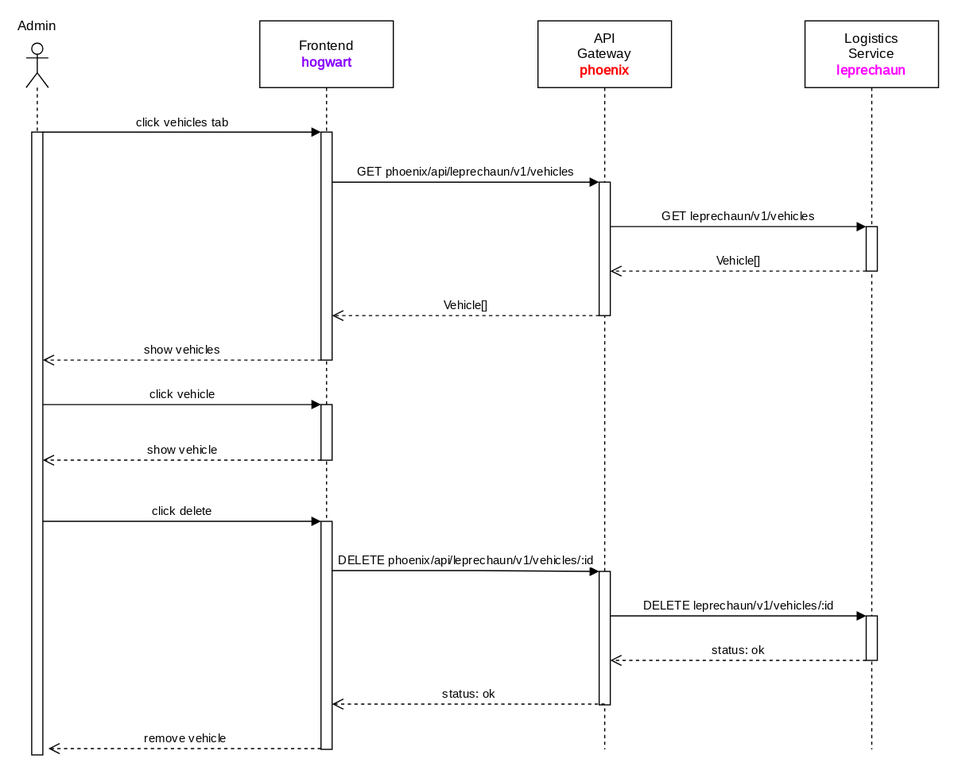
Earlier version of the draw.io export documentation/course/e2/images/sequence-diagram-leprechaun-remove-vehicle.drawio.svg (PWR-ACS-SE-24/SoftwareSystemDesign). Source tidied: cells renumbered, new cells last; positions are measured from the earlier drawing's top-left corner, leaving out a move shared by most shapes.
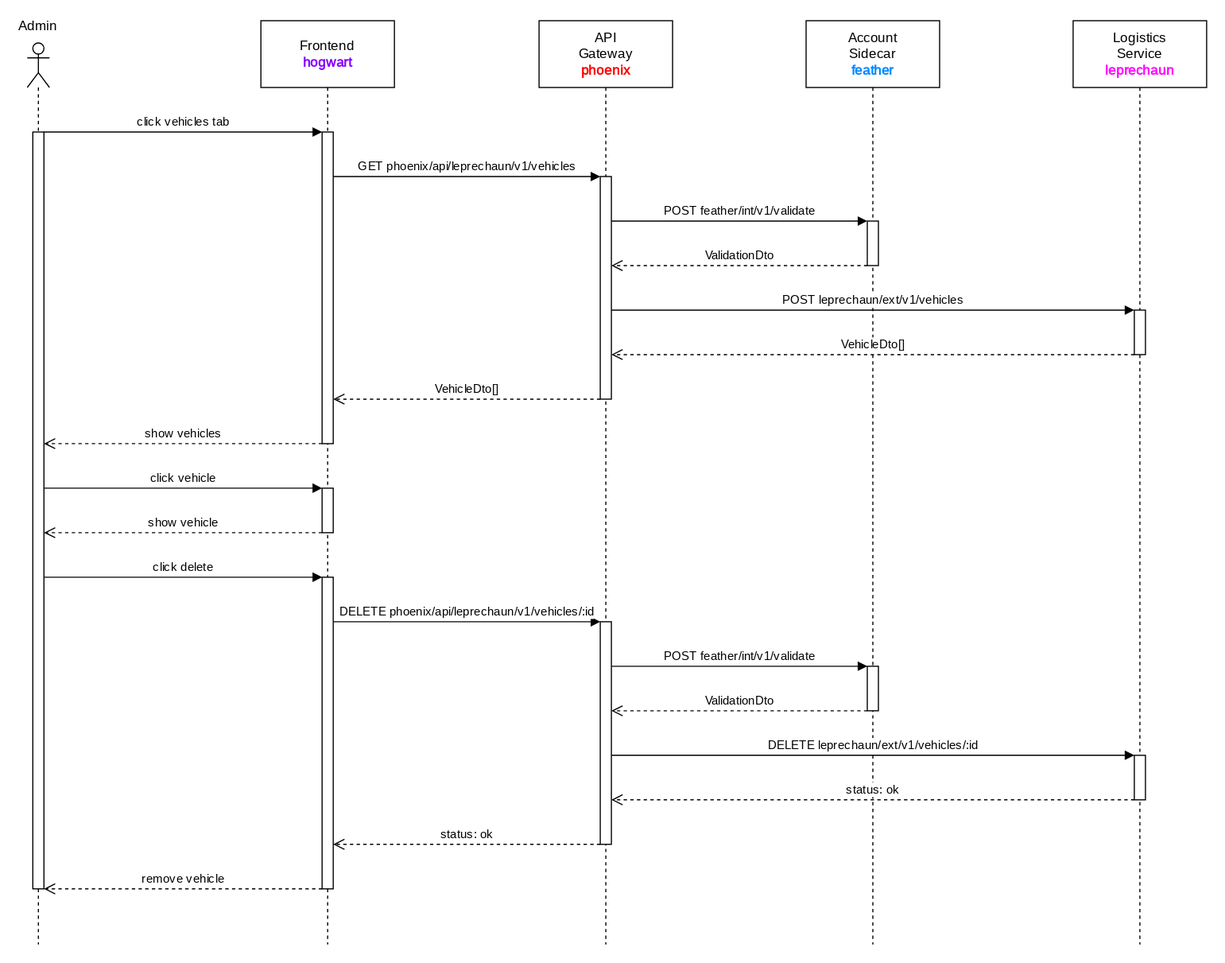
Above is the later version.

Change to the diagram source:
```diff
@@ -3,56 +3,40 @@
     <mxCell id="0" />
     <mxCell id="1" parent="0" />
     <mxCell id="2" value="&lt;div&gt;API&lt;/div&gt;&lt;div&gt;Gateway&lt;/div&gt;&lt;div&gt;&lt;b&gt;&lt;font color=&quot;#ff0000&quot;&gt;phoenix&lt;/font&gt;&lt;/b&gt;&lt;br&gt;&lt;/div&gt;" style="shape=umlLifeline;perimeter=lifelinePerimeter;whiteSpace=wrap;html=1;newEdgeStyle={&quot;curved&quot;:0,&quot;rounded&quot;:0};size=60;fontFamily=JetBrains Mono;fontSource=https%3A%2F%2Ffonts.googleapis.com%2Fcss%3Ffamily%3DJetBrains%2BMono;" parent="1" vertex="1">
-      <mxGeometry x="460" width="120" height="655" as="geometry" />
+      <mxGeometry x="460" width="120" height="830" as="geometry" />
     </mxCell>
     <mxCell id="3" style="html=1;points=[[0,0,0,0,5],[0,1,0,0,-5],[1,0,0,0,5],[1,1,0,0,-5]];perimeter=orthogonalPerimeter;outlineConnect=0;targetShapes=umlLifeline;portConstraint=eastwest;newEdgeStyle={&quot;curved&quot;:0,&quot;rounded&quot;:0};fontFamily=JetBrains Mono;fontSource=https%3A%2F%2Ffonts.googleapis.com%2Fcss%3Ffamily%3DJetBrains%2BMono;" parent="2" vertex="1">
-      <mxGeometry x="55" y="145" width="10" height="120" as="geometry" />
+      <mxGeometry x="55" y="140" width="10" height="200" as="geometry" />
     </mxCell>
     <mxCell id="4" style="html=1;points=[[0,0,0,0,5],[0,1,0,0,-5],[1,0,0,0,5],[1,1,0,0,-5]];perimeter=orthogonalPerimeter;outlineConnect=0;targetShapes=umlLifeline;portConstraint=eastwest;newEdgeStyle={&quot;curved&quot;:0,&quot;rounded&quot;:0};fontFamily=JetBrains Mono;fontSource=https%3A%2F%2Ffonts.googleapis.com%2Fcss%3Ffamily%3DJetBrains%2BMono;" parent="2" vertex="1">
-      <mxGeometry x="55" y="495" width="10" height="120" as="geometry" />
+      <mxGeometry x="55" y="540" width="10" height="200" as="geometry" />
     </mxCell>
-    <mxCell id="5" value="Logistics&lt;br&gt;Service&lt;br&gt;&lt;b&gt;&lt;font color=&quot;#ff00ff&quot;&gt;leprechaun&lt;/font&gt;&lt;/b&gt;" style="shape=umlLifeline;perimeter=lifelinePerimeter;whiteSpace=wrap;html=1;newEdgeStyle={&quot;curved&quot;:0,&quot;rounded&quot;:0};size=60;fontFamily=JetBrains Mono;fontSource=https%3A%2F%2Ffonts.googleapis.com%2Fcss%3Ffamily%3DJetBrains%2BMono;" parent="1" vertex="1">
-      <mxGeometry x="700" width="120" height="655" as="geometry" />
+    <mxCell id="5" value="Account&lt;br&gt;Sidecar&lt;font color=&quot;#0088ff&quot;&gt;&lt;b&gt;&lt;br&gt;feather&lt;/b&gt;&lt;/font&gt;&lt;br&gt;&lt;font color=&quot;#0088ff&quot;&gt;&lt;b&gt;&lt;/b&gt;&lt;/font&gt;" style="shape=umlLifeline;perimeter=lifelinePerimeter;whiteSpace=wrap;html=1;newEdgeStyle={&quot;curved&quot;:0,&quot;rounded&quot;:0};size=60;fontFamily=JetBrains Mono;fontSource=https%3A%2F%2Ffonts.googleapis.com%2Fcss%3Ffamily%3DJetBrains%2BMono;" parent="1" vertex="1">
+      <mxGeometry x="700" width="120" height="830" as="geometry" />
     </mxCell>
     <mxCell id="6" style="html=1;points=[[0,0,0,0,5],[0,1,0,0,-5],[1,0,0,0,5],[1,1,0,0,-5]];perimeter=orthogonalPerimeter;outlineConnect=0;targetShapes=umlLifeline;portConstraint=eastwest;newEdgeStyle={&quot;curved&quot;:0,&quot;rounded&quot;:0};fontFamily=JetBrains Mono;fontSource=https%3A%2F%2Ffonts.googleapis.com%2Fcss%3Ffamily%3DJetBrains%2BMono;" parent="5" vertex="1">
-      <mxGeometry x="55" y="185" width="10" height="40" as="geometry" />
+      <mxGeometry x="55" y="180" width="10" height="40" as="geometry" />
     </mxCell>
-    <mxCell id="7" style="html=1;points=[[0,0,0,0,5],[0,1,0,0,-5],[1,0,0,0,5],[1,1,0,0,-5]];perimeter=orthogonalPerimeter;outlineConnect=0;targetShapes=umlLifeline;portConstraint=eastwest;newEdgeStyle={&quot;curved&quot;:0,&quot;rounded&quot;:0};fontFamily=JetBrains Mono;fontSource=https%3A%2F%2Ffonts.googleapis.com%2Fcss%3Ffamily%3DJetBrains%2BMono;" parent="5" vertex="1">
-      <mxGeometry x="55" y="535" width="10" height="40" as="geometry" />
-    </mxCell>
+    <mxCell id="28" style="html=1;points=[[0,0,0,0,5],[0,1,0,0,-5],[1,0,0,0,5],[1,1,0,0,-5]];perimeter=orthogonalPerimeter;outlineConnect=0;targetShapes=umlLifeline;portConstraint=eastwest;newEdgeStyle={&quot;curved&quot;:0,&quot;rounded&quot;:0};fontFamily=JetBrains Mono;fontSource=https%3A%2F%2Ffonts.googleapis.com%2Fcss%3Ffamily%3DJetBrains%2BMono;" parent="5" vertex="1">
+      <mxGeometry x="55" y="580" width="10" height="40" as="geometry" />
+    </mxCell>
     <mxCell id="8" value="&lt;div&gt;Frontend&lt;/div&gt;&lt;div&gt;&lt;b&gt;&lt;font color=&quot;#8800ff&quot;&gt;hogwart&lt;/font&gt;&lt;/b&gt;&lt;br&gt;&lt;/div&gt;" style="shape=umlLifeline;perimeter=lifelinePerimeter;whiteSpace=wrap;html=1;newEdgeStyle={&quot;curved&quot;:0,&quot;rounded&quot;:0};size=60;fontFamily=JetBrains Mono;fontSource=https%3A%2F%2Ffonts.googleapis.com%2Fcss%3Ffamily%3DJetBrains%2BMono;" parent="1" vertex="1">
-      <mxGeometry x="210" width="120" height="655" as="geometry" />
+      <mxGeometry x="210" width="120" height="830" as="geometry" />
     </mxCell>
     <mxCell id="9" style="html=1;points=[[0,0,0,0,5],[0,1,0,0,-5],[1,0,0,0,5],[1,1,0,0,-5]];perimeter=orthogonalPerimeter;outlineConnect=0;targetShapes=umlLifeline;portConstraint=eastwest;newEdgeStyle={&quot;curved&quot;:0,&quot;rounded&quot;:0};fontFamily=JetBrains Mono;fontSource=https%3A%2F%2Ffonts.googleapis.com%2Fcss%3Ffamily%3DJetBrains%2BMono;" parent="8" vertex="1">
-      <mxGeometry x="55" y="100" width="10" height="205" as="geometry" />
+      <mxGeometry x="55" y="100" width="10" height="280" as="geometry" />
     </mxCell>
     <mxCell id="10" style="html=1;points=[[0,0,0,0,5],[0,1,0,0,-5],[1,0,0,0,5],[1,1,0,0,-5]];perimeter=orthogonalPerimeter;outlineConnect=0;targetShapes=umlLifeline;portConstraint=eastwest;newEdgeStyle={&quot;curved&quot;:0,&quot;rounded&quot;:0};fontFamily=JetBrains Mono;fontSource=https%3A%2F%2Ffonts.googleapis.com%2Fcss%3Ffamily%3DJetBrains%2BMono;" parent="8" vertex="1">
-      <mxGeometry x="55" y="345" width="10" height="50" as="geometry" />
+      <mxGeometry x="55" y="420" width="10" height="40" as="geometry" />
     </mxCell>
     <mxCell id="11" style="html=1;points=[[0,0,0,0,5],[0,1,0,0,-5],[1,0,0,0,5],[1,1,0,0,-5]];perimeter=orthogonalPerimeter;outlineConnect=0;targetShapes=umlLifeline;portConstraint=eastwest;newEdgeStyle={&quot;curved&quot;:0,&quot;rounded&quot;:0};fontFamily=JetBrains Mono;fontSource=https%3A%2F%2Ffonts.googleapis.com%2Fcss%3Ffamily%3DJetBrains%2BMono;" parent="8" vertex="1">
-      <mxGeometry x="55" y="450" width="10" height="205" as="geometry" />
+      <mxGeometry x="55" y="500" width="10" height="280" as="geometry" />
     </mxCell>
-    <mxCell id="12" value="&lt;font face=&quot;JetBrains Mono&quot;&gt;status: ok&lt;/font&gt;" style="html=1;verticalAlign=bottom;endArrow=open;dashed=1;endSize=8;curved=0;rounded=0;" parent="8" edge="1" target="11">
-      <mxGeometry relative="1" as="geometry">
-        <mxPoint x="310" y="614.3" as="sourcePoint" />
-        <Array as="points">
-          <mxPoint x="235" y="614.3" />
-        </Array>
-      </mxGeometry>
-    </mxCell>
-    <mxCell id="13" value="&lt;font face=&quot;JetBrains Mono&quot;&gt;remove vehicle&lt;br&gt;&lt;/font&gt;" style="html=1;verticalAlign=bottom;endArrow=open;dashed=1;endSize=8;curved=0;rounded=0;" parent="8" edge="1" source="11">
-      <mxGeometry relative="1" as="geometry">
-        <mxPoint x="-190" y="654.3" as="targetPoint" />
-        <Array as="points">
-          <mxPoint x="-65" y="654.3" />
-        </Array>
-      </mxGeometry>
-    </mxCell>
     <mxCell id="14" value="&lt;div&gt;Admin&lt;/div&gt;" style="shape=umlLifeline;perimeter=lifelinePerimeter;whiteSpace=wrap;html=1;newEdgeStyle={&quot;curved&quot;:0,&quot;rounded&quot;:0};participant=umlActor;spacing=0;spacingBottom=70;fontFamily=JetBrains Mono;fontSource=https%3A%2F%2Ffonts.googleapis.com%2Fcss%3Ffamily%3DJetBrains%2BMono;" parent="1" vertex="1">
-      <mxGeometry y="20" width="20" height="640" as="geometry" />
+      <mxGeometry y="20" width="20" height="810" as="geometry" />
     </mxCell>
     <mxCell id="15" style="html=1;points=[[0,0,0,0,5],[0,1,0,0,-5],[1,0,0,0,5],[1,1,0,0,-5]];perimeter=orthogonalPerimeter;outlineConnect=0;targetShapes=umlLifeline;portConstraint=eastwest;newEdgeStyle={&quot;curved&quot;:0,&quot;rounded&quot;:0};fontFamily=JetBrains Mono;fontSource=https%3A%2F%2Ffonts.googleapis.com%2Fcss%3Ffamily%3DJetBrains%2BMono;" parent="14" vertex="1">
-      <mxGeometry x="5" y="80" width="10" height="560" as="geometry" />
+      <mxGeometry x="5" y="80" width="10" height="680" as="geometry" />
     </mxCell>
     <mxCell id="16" value="click vehicles tab" style="html=1;verticalAlign=bottom;endArrow=block;curved=0;rounded=0;fontFamily=JetBrains Mono;fontSource=https%3A%2F%2Ffonts.googleapis.com%2Fcss%3Ffamily%3DJetBrains%2BMono;" parent="1" edge="1" target="9">
       <mxGeometry relative="1" as="geometry">
@@ -65,75 +49,131 @@
     <mxCell id="17" value="&lt;font style=&quot;font-size: 11px;&quot;&gt;GET phoenix/api/leprechaun/v1/vehicles&lt;/font&gt;" style="html=1;verticalAlign=bottom;endArrow=block;curved=0;rounded=0;fontFamily=JetBrains Mono;fontSource=https%3A%2F%2Ffonts.googleapis.com%2Fcss%3Ffamily%3DJetBrains%2BMono;" parent="1" edge="1" source="9" target="3">
       <mxGeometry relative="1" as="geometry">
         <Array as="points">
-          <mxPoint x="400" y="145" />
+          <mxPoint x="400" y="140" />
         </Array>
       </mxGeometry>
     </mxCell>
-    <mxCell id="18" value="GET leprechaun/v1/vehicles" style="html=1;verticalAlign=bottom;endArrow=block;curved=0;rounded=0;fontFamily=JetBrains Mono;fontSource=https%3A%2F%2Ffonts.googleapis.com%2Fcss%3Ffamily%3DJetBrains%2BMono;" parent="1" edge="1" source="3" target="6">
+    <mxCell id="18" value="POST feather/int/v1/validate" style="html=1;verticalAlign=bottom;endArrow=block;curved=0;rounded=0;fontFamily=JetBrains Mono;fontSource=https%3A%2F%2Ffonts.googleapis.com%2Fcss%3Ffamily%3DJetBrains%2BMono;" parent="1" edge="1" source="3" target="6">
       <mxGeometry relative="1" as="geometry">
         <Array as="points">
-          <mxPoint x="690" y="185" />
+          <mxPoint x="690" y="180" />
         </Array>
       </mxGeometry>
     </mxCell>
-    <mxCell id="19" value="&lt;font face=&quot;JetBrains Mono&quot;&gt;Vehicle[]&lt;/font&gt;" style="html=1;verticalAlign=bottom;endArrow=open;dashed=1;endSize=8;curved=0;rounded=0;" parent="1" edge="1" source="6" target="3">
+    <mxCell id="19" value="&lt;font face=&quot;JetBrains Mono&quot;&gt;ValidationDto&lt;/font&gt;" style="html=1;verticalAlign=bottom;endArrow=open;dashed=1;endSize=8;curved=0;rounded=0;" parent="1" edge="1" source="6" target="3">
       <mxGeometry relative="1" as="geometry">
         <Array as="points">
-          <mxPoint x="640" y="225" />
+          <mxPoint x="640" y="220" />
         </Array>
       </mxGeometry>
     </mxCell>
-    <mxCell id="20" value="&lt;font face=&quot;JetBrains Mono&quot;&gt;Vehicle&lt;/font&gt;&lt;font face=&quot;JetBrains Mono&quot;&gt;[]&lt;/font&gt;" style="html=1;verticalAlign=bottom;endArrow=open;dashed=1;endSize=8;curved=0;rounded=0;" parent="1" edge="1" source="3" target="9">
+    <mxCell id="20" value="&lt;font face=&quot;JetBrains Mono&quot;&gt;Vehicle&lt;/font&gt;&lt;font face=&quot;JetBrains Mono&quot;&gt;Dto[]&lt;/font&gt;" style="html=1;verticalAlign=bottom;endArrow=open;dashed=1;endSize=8;curved=0;rounded=0;" parent="1" edge="1" source="3" target="9">
       <mxGeometry relative="1" as="geometry">
         <Array as="points">
-          <mxPoint x="440" y="265" />
+          <mxPoint x="440" y="340" />
         </Array>
       </mxGeometry>
     </mxCell>
     <mxCell id="21" value="&lt;font face=&quot;JetBrains Mono&quot;&gt;show vehicles&lt;/font&gt;" style="html=1;verticalAlign=bottom;endArrow=open;dashed=1;endSize=8;curved=0;rounded=0;" parent="1" edge="1" source="9" target="15">
       <mxGeometry relative="1" as="geometry">
         <Array as="points">
-          <mxPoint x="140" y="305" />
+          <mxPoint x="150" y="380" />
         </Array>
       </mxGeometry>
     </mxCell>
     <mxCell id="22" value="click vehicle" style="html=1;verticalAlign=bottom;endArrow=block;curved=0;rounded=0;fontFamily=JetBrains Mono;fontSource=https%3A%2F%2Ffonts.googleapis.com%2Fcss%3Ffamily%3DJetBrains%2BMono;" parent="1" edge="1" source="15" target="10">
       <mxGeometry relative="1" as="geometry">
         <Array as="points">
-          <mxPoint x="120" y="345" />
+          <mxPoint x="140" y="420" />
         </Array>
       </mxGeometry>
     </mxCell>
     <mxCell id="23" value="&lt;font face=&quot;JetBrains Mono&quot;&gt;show vehicle&lt;/font&gt;" style="html=1;verticalAlign=bottom;endArrow=open;dashed=1;endSize=8;curved=0;rounded=0;" parent="1" edge="1" source="10" target="15">
       <mxGeometry relative="1" as="geometry">
         <Array as="points">
-          <mxPoint x="140" y="395" />
+          <mxPoint x="140" y="460" />
         </Array>
       </mxGeometry>
     </mxCell>
     <mxCell id="24" value="click delete" style="html=1;verticalAlign=bottom;endArrow=block;curved=0;rounded=0;fontFamily=JetBrains Mono;fontSource=https%3A%2F%2Ffonts.googleapis.com%2Fcss%3Ffamily%3DJetBrains%2BMono;" parent="1" edge="1" source="15" target="11">
-      <mxGeometry relative="1" as="geometry" />
+      <mxGeometry relative="1" as="geometry">
+        <Array as="points">
+          <mxPoint x="150" y="500" />
+        </Array>
+      </mxGeometry>
     </mxCell>
     <mxCell id="25" value="&lt;font style=&quot;font-size: 11px;&quot;&gt;DELETE phoenix/api/leprechaun/v1/vehicles/:id&lt;/font&gt;" style="html=1;verticalAlign=bottom;endArrow=block;curved=0;rounded=0;fontFamily=JetBrains Mono;fontSource=https%3A%2F%2Ffonts.googleapis.com%2Fcss%3Ffamily%3DJetBrains%2BMono;" parent="1" edge="1" source="11" target="4">
       <mxGeometry relative="1" as="geometry">
         <Array as="points">
-          <mxPoint x="405" y="494.3" />
+          <mxPoint x="410" y="540" />
         </Array>
       </mxGeometry>
     </mxCell>
     <mxCell id="26" value="&lt;font face=&quot;JetBrains Mono&quot;&gt;status: ok&lt;/font&gt;" style="html=1;verticalAlign=bottom;endArrow=open;dashed=1;endSize=8;curved=0;rounded=0;" parent="1" edge="1" source="7" target="4">
       <mxGeometry relative="1" as="geometry">
         <Array as="points">
-          <mxPoint x="640" y="575" />
+          <mxPoint x="650" y="700" />
         </Array>
       </mxGeometry>
     </mxCell>
-    <mxCell id="27" value="DELETE leprechaun/v1/vehicles/:id" style="html=1;verticalAlign=bottom;endArrow=block;curved=0;rounded=0;fontFamily=JetBrains Mono;fontSource=https%3A%2F%2Ffonts.googleapis.com%2Fcss%3Ffamily%3DJetBrains%2BMono;" parent="1" edge="1" source="4" target="7">
+    <mxCell id="27" value="DELETE leprechaun/ext/v1/vehicles/:id" style="html=1;verticalAlign=bottom;endArrow=block;curved=0;rounded=0;fontFamily=JetBrains Mono;fontSource=https%3A%2F%2Ffonts.googleapis.com%2Fcss%3Ffamily%3DJetBrains%2BMono;" parent="1" edge="1" source="4" target="7">
       <mxGeometry relative="1" as="geometry">
         <Array as="points">
-          <mxPoint x="640" y="535" />
+          <mxPoint x="650" y="660" />
+          <mxPoint x="820" y="660" />
         </Array>
       </mxGeometry>
     </mxCell>
+    <mxCell id="29" value="Logistics&lt;br&gt;Service&lt;br&gt;&lt;b&gt;&lt;font color=&quot;#ff00ff&quot;&gt;leprechaun&lt;/font&gt;&lt;/b&gt;" style="shape=umlLifeline;perimeter=lifelinePerimeter;whiteSpace=wrap;html=1;newEdgeStyle={&quot;curved&quot;:0,&quot;rounded&quot;:0};size=60;fontFamily=JetBrains Mono;fontSource=https%3A%2F%2Ffonts.googleapis.com%2Fcss%3Ffamily%3DJetBrains%2BMono;" parent="1" vertex="1">
+      <mxGeometry x="940" width="120" height="830" as="geometry" />
+    </mxCell>
+    <mxCell id="30" style="html=1;points=[[0,0,0,0,5],[0,1,0,0,-5],[1,0,0,0,5],[1,1,0,0,-5]];perimeter=orthogonalPerimeter;outlineConnect=0;targetShapes=umlLifeline;portConstraint=eastwest;newEdgeStyle={&quot;curved&quot;:0,&quot;rounded&quot;:0};fontFamily=JetBrains Mono;fontSource=https%3A%2F%2Ffonts.googleapis.com%2Fcss%3Ffamily%3DJetBrains%2BMono;" parent="29" vertex="1">
+      <mxGeometry x="55" y="260" width="10" height="40" as="geometry" />
+    </mxCell>
+    <mxCell id="7" style="html=1;points=[[0,0,0,0,5],[0,1,0,0,-5],[1,0,0,0,5],[1,1,0,0,-5]];perimeter=orthogonalPerimeter;outlineConnect=0;targetShapes=umlLifeline;portConstraint=eastwest;newEdgeStyle={&quot;curved&quot;:0,&quot;rounded&quot;:0};fontFamily=JetBrains Mono;fontSource=https%3A%2F%2Ffonts.googleapis.com%2Fcss%3Ffamily%3DJetBrains%2BMono;" parent="29" vertex="1">
+      <mxGeometry x="55" y="660" width="10" height="40" as="geometry" />
+    </mxCell>
+    <mxCell id="31" value="POST leprechaun/ext/v1/vehicles" style="html=1;verticalAlign=bottom;endArrow=block;curved=0;rounded=0;fontFamily=JetBrains Mono;fontSource=https%3A%2F%2Ffonts.googleapis.com%2Fcss%3Ffamily%3DJetBrains%2BMono;" parent="1" edge="1" source="3" target="30">
+      <mxGeometry relative="1" as="geometry">
+        <Array as="points">
+          <mxPoint x="760" y="260" />
+        </Array>
+      </mxGeometry>
+    </mxCell>
+    <mxCell id="32" value="&lt;font face=&quot;JetBrains Mono&quot;&gt;VehicleDto[]&lt;/font&gt;" style="html=1;verticalAlign=bottom;endArrow=open;dashed=1;endSize=8;curved=0;rounded=0;" parent="1" edge="1" source="30" target="3">
+      <mxGeometry relative="1" as="geometry">
+        <Array as="points">
+          <mxPoint x="760" y="300" />
+        </Array>
+      </mxGeometry>
+    </mxCell>
+    <mxCell id="13" value="&lt;font face=&quot;JetBrains Mono&quot;&gt;remove vehicle&lt;br&gt;&lt;/font&gt;" style="html=1;verticalAlign=bottom;endArrow=open;dashed=1;endSize=8;curved=0;rounded=0;" parent="1" edge="1" source="11" target="15">
+      <mxGeometry relative="1" as="geometry">
+        <Array as="points">
+          <mxPoint x="150" y="780" />
+        </Array>
+      </mxGeometry>
+    </mxCell>
+    <mxCell id="33" value="POST feather/int/v1/validate" style="html=1;verticalAlign=bottom;endArrow=block;curved=0;rounded=0;fontFamily=JetBrains Mono;fontSource=https%3A%2F%2Ffonts.googleapis.com%2Fcss%3Ffamily%3DJetBrains%2BMono;" parent="1" edge="1" source="4" target="28">
+      <mxGeometry relative="1" as="geometry">
+        <Array as="points">
+          <mxPoint x="640" y="580" />
+        </Array>
+      </mxGeometry>
+    </mxCell>
+    <mxCell id="34" value="&lt;font face=&quot;JetBrains Mono&quot;&gt;ValidationDto&lt;/font&gt;" style="html=1;verticalAlign=bottom;endArrow=open;dashed=1;endSize=8;curved=0;rounded=0;" parent="1" edge="1" source="28" target="4">
+      <mxGeometry relative="1" as="geometry">
+        <Array as="points">
+          <mxPoint x="660" y="620" />
+        </Array>
+      </mxGeometry>
+    </mxCell>
+    <mxCell id="12" value="&lt;font face=&quot;JetBrains Mono&quot;&gt;status: ok&lt;/font&gt;" style="html=1;verticalAlign=bottom;endArrow=open;dashed=1;endSize=8;curved=0;rounded=0;" parent="1" edge="1" source="4" target="11">
+      <mxGeometry relative="1" as="geometry">
+        <Array as="points">
+          <mxPoint x="400" y="740" />
+        </Array>
+      </mxGeometry>
+    </mxCell>
   </root>
 </mxGraphModel>
```
